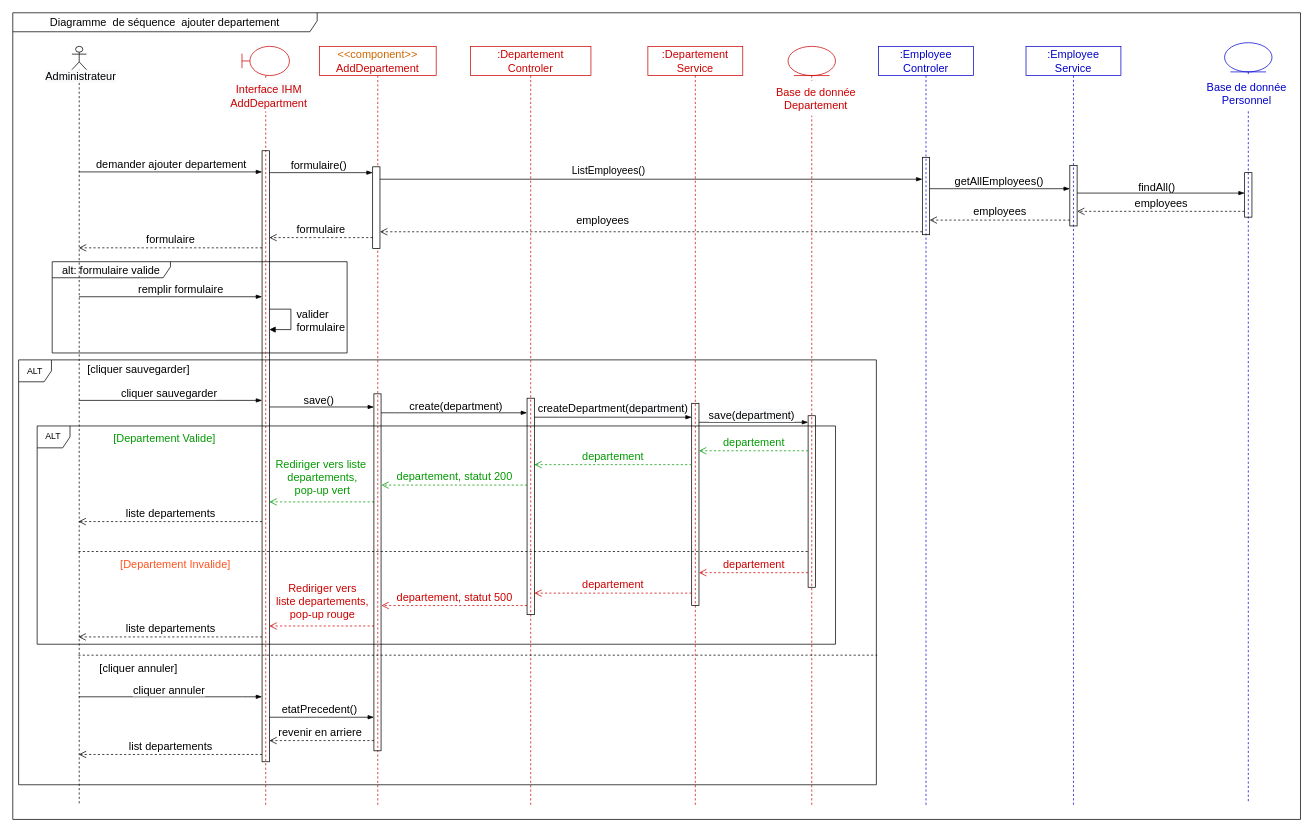
Before: Department/AddDepartmentDiagrammeSequence.drawio in ZidiMedAmine/UML, a draw.io diagram. Source tidied: cells renumbered, new cells numbered last; positions are measured from the earlier drawing's top-left corner, leaving out a move shared by most shapes. Both pictures are drawn from the tidied source at 73%, with x=0, y=0 at pixel (12, 12).
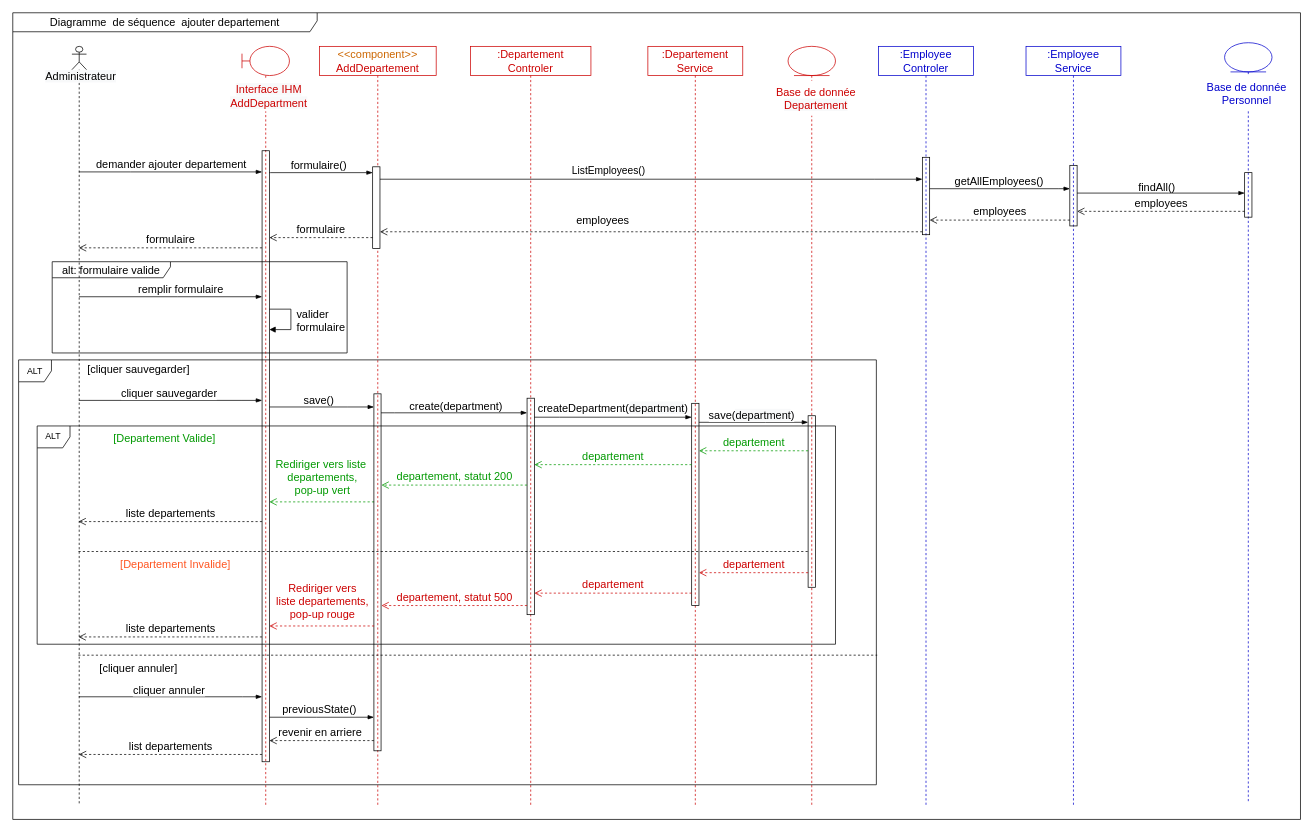
After the change.

Commit message:
Mettre à jour AddDepartmentDiagrammeSequence.drawio

The change refers to these unchanged cells:
```xml
<mxCell id="75" style="edgeStyle=elbowEdgeStyle;fontSize=12;html=1;endArrow=blockThin;endFill=1;rounded=0;fontColor=#000000;" parent="1" edge="1" source="16" target="45">
  <mxGeometry relative="1" as="geometry">
    <Array as="points">
      <mxPoint x="416" y="965" />
    </Array>
  </mxGeometry>
</mxCell>
```

What changed in the source:
```diff
@@
-    <mxCell id="76" value="etatPrecedent()" style="edgeLabel;html=1;align=center;verticalAlign=middle;fontSize=15;fontColor=#000000;" parent="75" vertex="1">
+    <mxCell id="76" value="previousState()" style="edgeLabel;html=1;align=center;verticalAlign=middle;fontSize=15;fontColor=#000000;" parent="75" vertex="1">
       <mxGeometry x="-0.29" y="-1" relative="1" as="geometry">
         <mxPoint x="17" y="-13" as="offset" />
       </mxGeometry>
     </mxCell>
```
